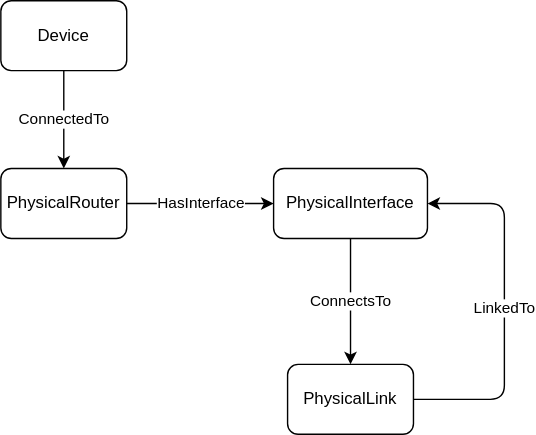
Before: docs/drawings/spanner/physical-graph.drawio.svg, a diagram exported from draw.io (matteote/gnnsandbox-twindq-bench). Source tidied: cells renumbered, new cells last; positions are measured from the earlier drawing's top-left corner, leaving out a move shared by most shapes.
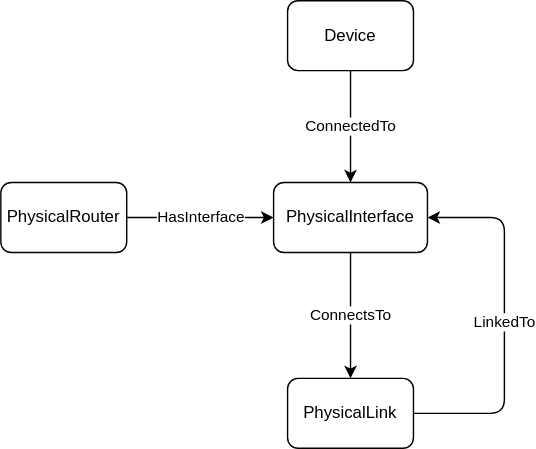
The same diagram one commit later.

Diff of the diagram source:
```diff
@@ -2,11 +2,11 @@
   <root>
     <mxCell id="0" />
     <mxCell id="1" parent="0" />
-    <mxCell id="2" value="ConnectedTo" style="edgeStyle=none;html=1;" parent="1" edge="1" source="3" target="5">
+    <mxCell id="2" value="ConnectedTo" style="edgeStyle=none;html=1;entryX=0.5;entryY=0;entryDx=0;entryDy=0;" parent="1" edge="1" source="3" target="7">
       <mxGeometry relative="1" as="geometry" />
     </mxCell>
     <mxCell id="3" value="Device" style="rounded=1;whiteSpace=wrap;html=1;" parent="1" vertex="1">
-      <mxGeometry width="90" height="50" as="geometry" />
+      <mxGeometry x="205" y="-10" width="90" height="50" as="geometry" />
     </mxCell>
     <mxCell id="4" value="HasInterface" style="edgeStyle=none;html=1;" parent="1" edge="1" source="5" target="7">
       <mxGeometry relative="1" as="geometry" />
```
